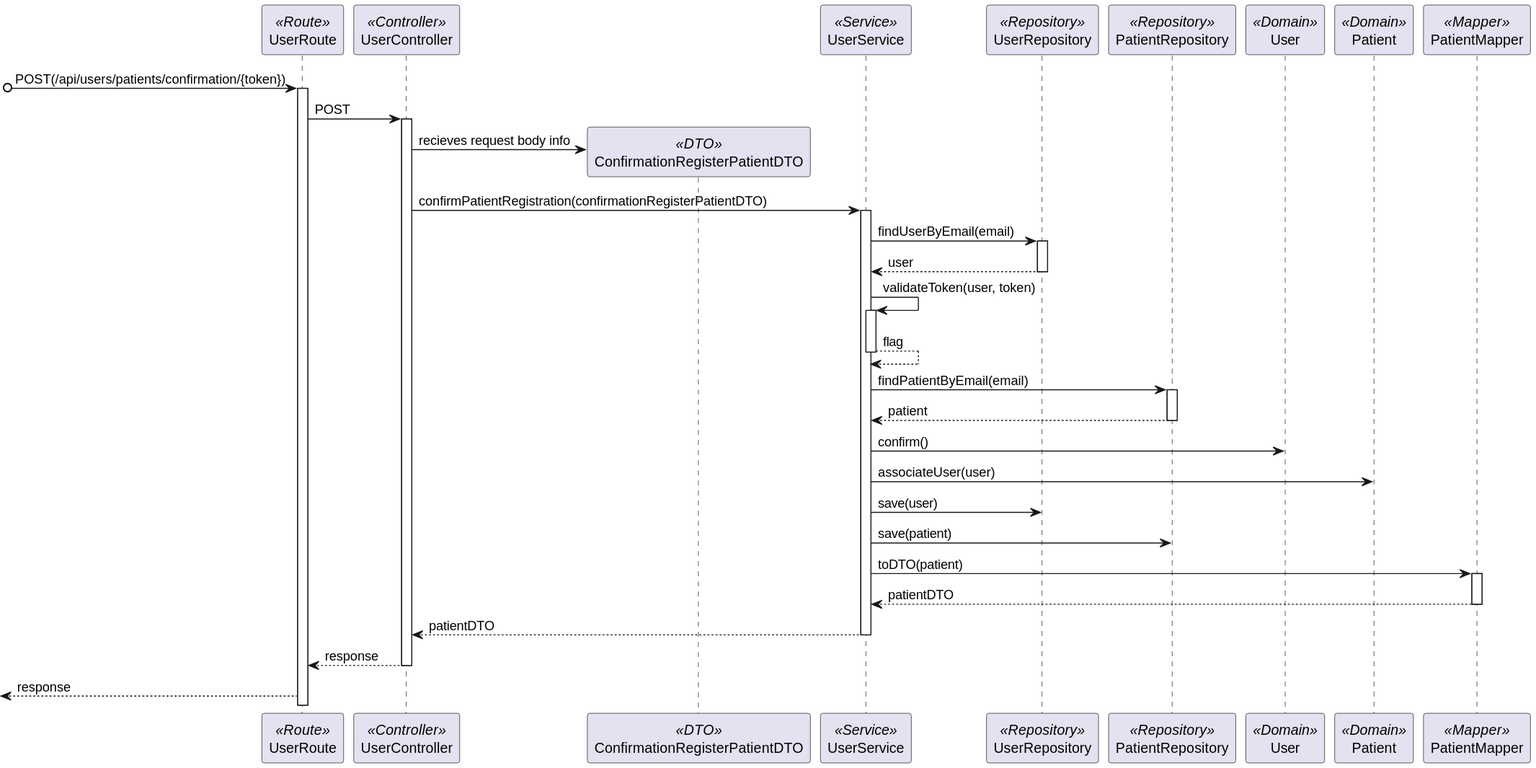
The PlantUML diagram docs/Sprint_1/US_5.1.3/L3/Process_View_Posterior_Confirmation.svg in Rodrick0209/ISEP-SEM5PI-24-25, before a commit.
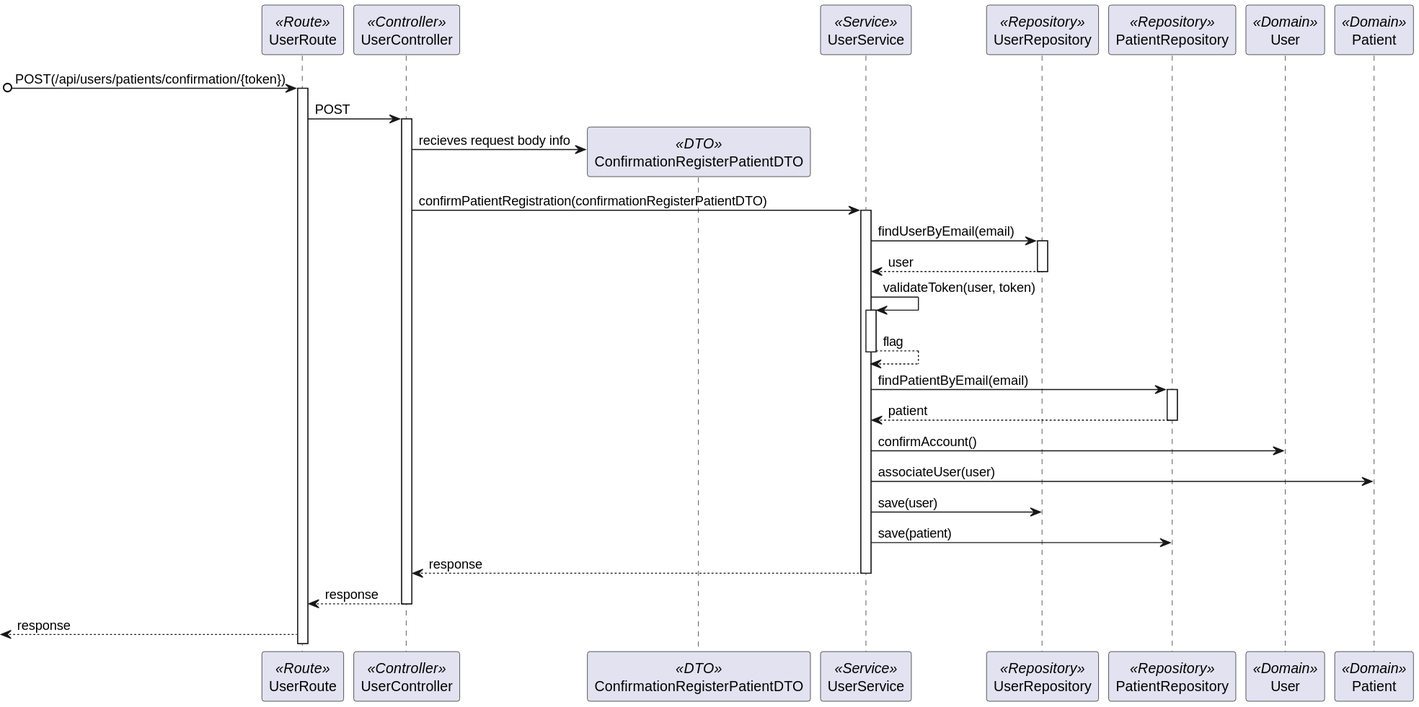
Later version of the same file.

What changed in the source:
```diff
@@ -7,7 +7,6 @@
 participant PatientRepository as PatientRepository <<Repository>>
 participant User as Domain <<Domain>>
 participant Patient as Patient <<Domain>>
-participant PatientMapper as Mapper <<Mapper>>
 [o-> Route : POST(/api/users/patients/confirmation/{token})
 activate Route
 Route -> Controller : POST
@@ -24,16 +23,11 @@
 Service -> PatientRepository : findPatientByEmail(email)
 activate PatientRepository
 return patient
-Service -> Domain : confirm()
+Service -> Domain : confirmAccount()
 Service -> Patient : associateUser(user)
 Service -> Repository : save(user)
 Service -> PatientRepository : save(patient)
-Service -> Mapper : toDTO(patient)
-activate Mapper
-return patientDTO
-Service --> Controller : patientDTO
-deactivate Service
-Controller --> Route : response
-deactivate Controller
+return response
+return response
 <-- Route : response
 @enduml
```
